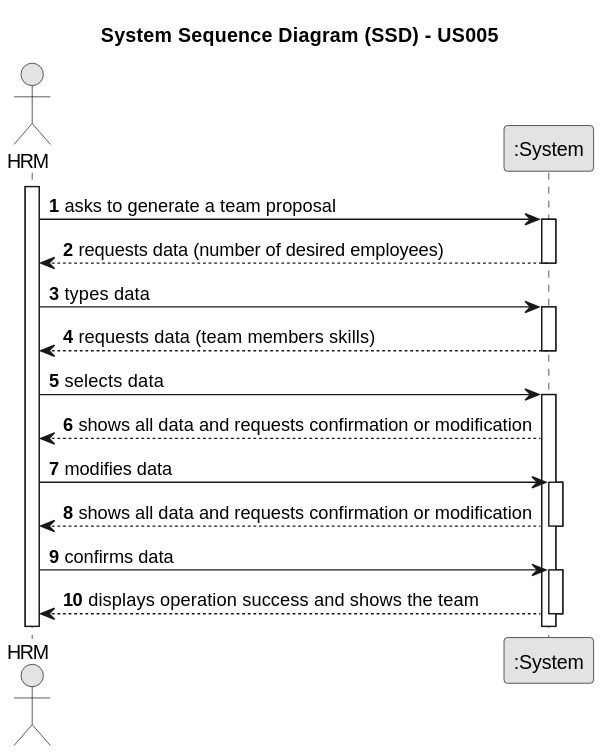
Earlier version of the PlantUML export docs/sprintA/us005/01.requirements-engineering/svg/us005-system-sequence-diagram-alternative-one.svg (Departamento-de-Engenharia-Informatica/lei-24-s2-1do-g164). The source it was exported from:
```plantuml
@startuml
skinparam monochrome true
skinparam packageStyle rectangle
skinparam shadowing false

title System Sequence Diagram (SSD) - US005

autonumber

actor "HRM" as Employee
participant ":System" as System

activate Employee

    Employee -> System : asks to generate a team proposal
    activate System

        System --> Employee : requests data (number of desired employees)
    deactivate System

    Employee -> System : types data
    activate System

        System --> Employee : requests data (team members skills)
    deactivate System

    Employee -> System : selects data
    activate System

        System --> Employee : shows all data and requests confirmation or modification

       Employee -> System : modifies data
        activate System

          System --> Employee : shows all data and requests confirmation or modification
       deactivate System

               Employee -> System : confirms data
                activate System

            System --> Employee : displays operation success and shows the team
        deactivate System
@enduml
```
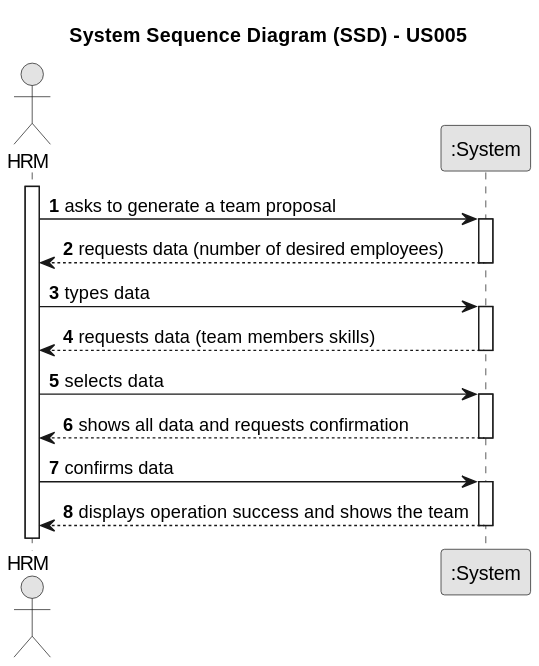
Later version of the same file.

Commit message:
docs(US005): deleted alternative two for ssd

Change to the diagram source:
```diff
@@ -27,16 +27,11 @@
     Employee -> System : selects data
     activate System
 
-        System --> Employee : shows all data and requests confirmation or modification
+        System --> Employee : shows all data and requests confirmation
+ deactivate System
 
-       Employee -> System : modifies data
+       Employee -> System : confirms data
         activate System
-
-          System --> Employee : shows all data and requests confirmation or modification
-       deactivate System
-
-               Employee -> System : confirms data
-                activate System
 
             System --> Employee : displays operation success and shows the team
         deactivate System
```
